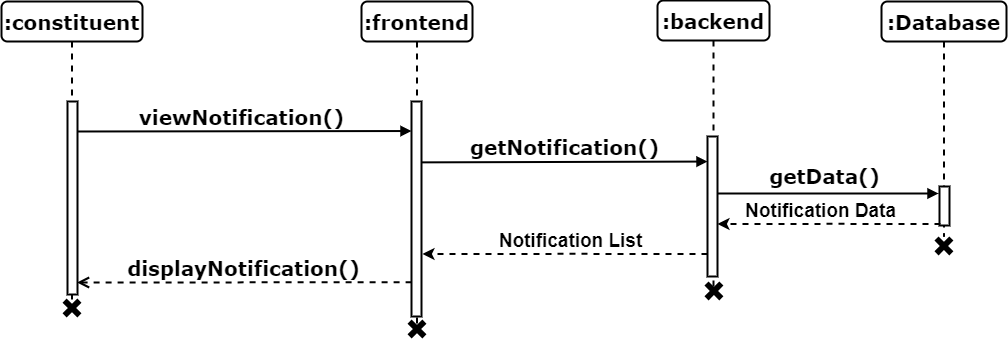
The draw.io diagram 21 - Sequence Diagram/9 - View Notification Sequence Diagram.drawio.png in muhammadahsanmirza/fyp-constituency-connect, before a commit. Source tidied: cells renumbered, new cells last; positions are measured from the earlier drawing's top-left corner, leaving out a move shared by most shapes.
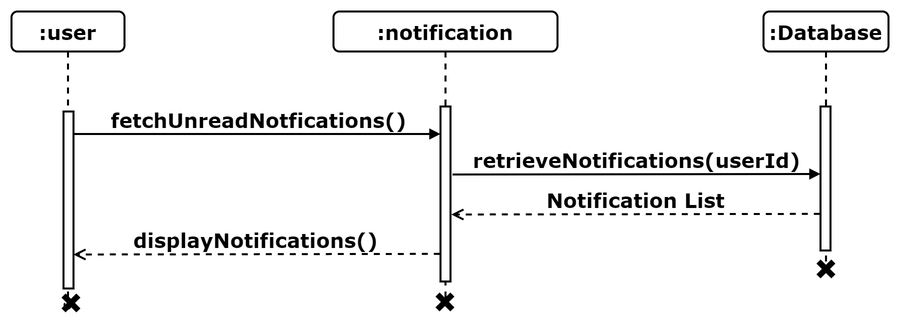
Above is the later version.

The edit, as a diff of the source:
```diff
@@ -2,101 +2,61 @@
   <root>
     <mxCell id="0" />
     <mxCell id="1" parent="0" />
-    <mxCell id="2" value="viewNotification()" style="html=1;verticalAlign=bottom;endArrow=block;entryX=0;entryY=0;labelBackgroundColor=none;fontFamily=Verdana;fontSize=20;edgeStyle=elbowEdgeStyle;elbow=vertical;strokeWidth=2;fontStyle=1;" parent="1" edge="1">
-      <mxGeometry relative="1" as="geometry">
-        <mxPoint x="71" y="131" as="sourcePoint" />
-        <mxPoint x="410" y="131" as="targetPoint" />
-      </mxGeometry>
+    <mxCell id="2" value=":Database" style="shape=umlLifeline;perimeter=lifelinePerimeter;whiteSpace=wrap;html=1;rounded=1;shadow=0;comic=0;labelBackgroundColor=none;strokeWidth=2;fontFamily=Verdana;fontSize=20;align=center;fontStyle=1;" parent="1" vertex="1">
+      <mxGeometry x="2633" y="1106" width="125" height="257" as="geometry" />
     </mxCell>
-    <mxCell id="3" value=":frontend" style="shape=umlLifeline;perimeter=lifelinePerimeter;whiteSpace=wrap;html=1;rounded=1;shadow=0;comic=0;labelBackgroundColor=none;strokeWidth=2;fontFamily=Verdana;fontSize=20;align=center;fontStyle=1;" parent="1" vertex="1">
-      <mxGeometry x="360" y="1" width="111" height="326" as="geometry" />
+    <mxCell id="3" value=":user" style="shape=umlLifeline;perimeter=lifelinePerimeter;whiteSpace=wrap;html=1;rounded=1;shadow=0;comic=0;labelBackgroundColor=none;strokeWidth=2;fontFamily=Verdana;fontSize=20;align=center;fontStyle=1;" parent="1" vertex="1">
+      <mxGeometry x="1881" y="1106" width="113" height="291" as="geometry" />
     </mxCell>
     <mxCell id="4" style="html=1;points=[];perimeter=orthogonalPerimeter;rounded=0;shadow=0;comic=0;labelBackgroundColor=none;strokeWidth=2;fontFamily=Verdana;fontSize=20;align=center;fontStyle=1;whiteSpace=wrap;" parent="3" vertex="1">
-      <mxGeometry x="50" y="100" width="10" height="215" as="geometry" />
+      <mxGeometry x="52" y="100" width="10" height="177" as="geometry" />
     </mxCell>
-    <mxCell id="5" value=":backend" style="shape=umlLifeline;perimeter=lifelinePerimeter;whiteSpace=wrap;html=1;rounded=1;shadow=0;comic=0;labelBackgroundColor=none;strokeWidth=2;fontFamily=Verdana;fontSize=20;align=center;fontStyle=1;" parent="1" vertex="1">
-      <mxGeometry x="656" width="112" height="287" as="geometry" />
+    <mxCell id="5" value=":notification" style="shape=umlLifeline;perimeter=lifelinePerimeter;whiteSpace=wrap;html=1;rounded=1;shadow=0;comic=0;labelBackgroundColor=none;strokeWidth=2;fontFamily=Verdana;fontSize=20;align=center;fontStyle=1;" parent="1" vertex="1">
+      <mxGeometry x="2203" y="1106" width="224" height="291" as="geometry" />
     </mxCell>
     <mxCell id="6" style="html=1;perimeter=orthogonalPerimeter;rounded=0;shadow=0;comic=0;labelBackgroundColor=none;strokeWidth=2;fontFamily=Verdana;fontSize=20;align=center;fontStyle=1;whiteSpace=wrap;" parent="5" vertex="1">
-      <mxGeometry x="50" y="136" width="10" height="140" as="geometry" />
+      <mxGeometry x="107" y="95" width="10" height="175" as="geometry" />
     </mxCell>
-    <mxCell id="7" value="getNotification()" style="html=1;verticalAlign=bottom;endArrow=block;labelBackgroundColor=none;fontFamily=Verdana;fontSize=20;edgeStyle=elbowEdgeStyle;elbow=vertical;strokeWidth=2;fontStyle=1;exitX=0.961;exitY=0.818;exitDx=0;exitDy=0;exitPerimeter=0;" parent="5" edge="1">
+    <mxCell id="7" value="fetchUnreadNotfications()" style="html=1;verticalAlign=bottom;endArrow=block;labelBackgroundColor=none;fontFamily=Verdana;fontSize=20;edgeStyle=elbowEdgeStyle;elbow=vertical;strokeWidth=2;fontStyle=1;" parent="1" edge="1" source="4">
       <mxGeometry relative="1" as="geometry">
-        <mxPoint x="-236.4" y="161.9" as="sourcePoint" />
-        <mxPoint x="50" y="161" as="targetPoint" />
+        <mxPoint x="2310" y="1229" as="targetPoint" />
       </mxGeometry>
     </mxCell>
-    <mxCell id="8" value=":Database" style="shape=umlLifeline;perimeter=lifelinePerimeter;whiteSpace=wrap;html=1;rounded=1;shadow=0;comic=0;labelBackgroundColor=none;strokeWidth=2;fontFamily=Verdana;fontSize=20;align=center;fontStyle=1;" parent="1" vertex="1">
-      <mxGeometry x="880" y="1" width="125" height="235" as="geometry" />
+    <mxCell id="8" value="retrieveNotifications(userId)" style="html=1;verticalAlign=bottom;endArrow=block;labelBackgroundColor=none;fontFamily=Verdana;fontSize=20;edgeStyle=elbowEdgeStyle;elbow=vertical;strokeWidth=2;fontStyle=1;exitX=0.852;exitY=0.103;exitDx=0;exitDy=0;exitPerimeter=0;" parent="1" edge="1">
+      <mxGeometry relative="1" as="geometry">
+        <mxPoint x="2322" y="1269" as="sourcePoint" />
+        <mxPoint x="2690" y="1269" as="targetPoint" />
+      </mxGeometry>
     </mxCell>
-    <mxCell id="9" value=":constituent" style="shape=umlLifeline;perimeter=lifelinePerimeter;whiteSpace=wrap;html=1;rounded=1;shadow=0;comic=0;labelBackgroundColor=none;strokeWidth=2;fontFamily=Verdana;fontSize=20;align=center;fontStyle=1;" parent="1" vertex="1">
-      <mxGeometry y="1" width="141" height="300" as="geometry" />
+    <mxCell id="9" style="html=1;perimeter=orthogonalPerimeter;rounded=0;shadow=0;comic=0;labelBackgroundColor=none;strokeWidth=2;fontFamily=Verdana;fontSize=20;align=center;fontStyle=1;whiteSpace=wrap;" parent="1" vertex="1">
+      <mxGeometry x="2690" y="1201" width="10" height="144" as="geometry" />
     </mxCell>
-    <mxCell id="10" style="html=1;perimeter=orthogonalPerimeter;rounded=0;shadow=0;comic=0;labelBackgroundColor=none;strokeWidth=2;fontFamily=Verdana;fontSize=20;align=center;fontStyle=1;whiteSpace=wrap;" parent="9" vertex="1">
-      <mxGeometry x="66" y="100" width="10" height="193" as="geometry" />
+    <mxCell id="10" value="Notification List" style="html=1;verticalAlign=bottom;endArrow=open;dashed=1;endSize=8;labelBackgroundColor=none;fontFamily=Verdana;fontSize=20;edgeStyle=elbowEdgeStyle;elbow=vertical;strokeWidth=2;fontStyle=1;entryX=1.08;entryY=0.695;entryDx=0;entryDy=0;entryPerimeter=0;exitX=-0.069;exitY=0.951;exitDx=0;exitDy=0;exitPerimeter=0;" parent="1" edge="1">
+      <mxGeometry relative="1" as="geometry">
+        <mxPoint x="2689.3" y="1308.4" as="sourcePoint" />
+        <mxPoint x="2320.8" y="1309.2" as="targetPoint" />
+        <Array as="points">
+          <mxPoint x="2401" y="1309" />
+        </Array>
+      </mxGeometry>
     </mxCell>
-    <mxCell id="11" style="html=1;perimeter=orthogonalPerimeter;rounded=0;shadow=0;comic=0;labelBackgroundColor=none;strokeWidth=2;fontFamily=Verdana;fontSize=20;align=center;fontStyle=1;whiteSpace=wrap;" parent="1" vertex="1">
-      <mxGeometry x="938" y="186" width="10" height="39" as="geometry" />
+    <mxCell id="11" value="displayNotifications()" style="html=1;verticalAlign=bottom;endArrow=open;dashed=1;endSize=8;labelBackgroundColor=none;fontFamily=Verdana;fontSize=20;edgeStyle=elbowEdgeStyle;elbow=vertical;strokeWidth=2;fontStyle=1;entryX=0.988;entryY=0.952;entryDx=0;entryDy=0;entryPerimeter=0;exitX=-0.069;exitY=0.951;exitDx=0;exitDy=0;exitPerimeter=0;" parent="1" edge="1">
+      <mxGeometry relative="1" as="geometry">
+        <mxPoint x="2309.3" y="1348.4" as="sourcePoint" />
+        <mxPoint x="1942.9" y="1349.7" as="targetPoint" />
+        <Array as="points">
+          <mxPoint x="2021" y="1349" />
+        </Array>
+      </mxGeometry>
     </mxCell>
-    <mxCell id="12" value="getData()" style="html=1;verticalAlign=bottom;endArrow=block;labelBackgroundColor=none;fontFamily=Verdana;fontSize=20;edgeStyle=elbowEdgeStyle;elbow=vertical;strokeWidth=2;fontStyle=1;" parent="1" edge="1">
-      <mxGeometry x="-0.03" y="3" relative="1" as="geometry">
-        <mxPoint x="716" y="193" as="sourcePoint" />
-        <mxPoint x="937" y="193" as="targetPoint" />
-        <Array as="points">
-          <mxPoint x="878" y="193" />
-        </Array>
-      </mxGeometry>
+    <mxCell id="12" style="shape=cross;whiteSpace=wrap;html=1;fillColor=#000000;rotation=45;strokeWidth=2;fontSize=20;" parent="1" vertex="1">
+      <mxGeometry x="2685.9" y="1353.9" width="19" height="19" as="geometry" />
     </mxCell>
     <mxCell id="13" style="shape=cross;whiteSpace=wrap;html=1;fillColor=#000000;rotation=45;strokeWidth=2;fontSize=20;" parent="1" vertex="1">
-      <mxGeometry x="406" y="319" width="19" height="19" as="geometry" />
+      <mxGeometry x="2304.9" y="1386.9" width="19" height="19" as="geometry" />
     </mxCell>
-    <mxCell id="14" style="shape=cross;whiteSpace=wrap;html=1;fillColor=#000000;rotation=45;strokeWidth=2;fontSize=20;" parent="1" vertex="1">
-      <mxGeometry x="61" y="298" width="19" height="19" as="geometry" />
+    <mxCell id="14" value="s" style="shape=cross;whiteSpace=wrap;html=1;fillColor=#000000;rotation=45;strokeWidth=2;fontSize=20;" parent="1" vertex="1">
+      <mxGeometry x="1930.9" y="1387.9" width="19" height="19" as="geometry" />
     </mxCell>
-    <mxCell id="15" style="shape=cross;whiteSpace=wrap;html=1;fillColor=#000000;rotation=45;strokeWidth=2;fontSize=20;" parent="1" vertex="1">
-      <mxGeometry x="932.9" y="235.9" width="19" height="19" as="geometry" />
-    </mxCell>
-    <mxCell id="16" value="displayNotification()" style="html=1;verticalAlign=bottom;endArrow=open;dashed=1;endSize=8;labelBackgroundColor=none;fontFamily=Verdana;fontSize=20;edgeStyle=elbowEdgeStyle;elbow=vertical;strokeWidth=2;fontStyle=1;entryX=0.953;entryY=0.127;entryDx=0;entryDy=0;entryPerimeter=0;exitX=0.01;exitY=0.129;exitDx=0;exitDy=0;exitPerimeter=0;" parent="1" edge="1">
-      <mxGeometry relative="1" as="geometry">
-        <mxPoint x="410.1" y="281.7" as="sourcePoint" />
-        <mxPoint x="75.5" y="283" as="targetPoint" />
-        <Array as="points">
-          <mxPoint x="247" y="282" />
-        </Array>
-      </mxGeometry>
-    </mxCell>
-    <mxCell id="17" style="shape=cross;whiteSpace=wrap;html=1;fillColor=#000000;rotation=45;strokeWidth=2;fontSize=20;" parent="1" vertex="1">
-      <mxGeometry x="702.9" y="280.9" width="19" height="19" as="geometry" />
-    </mxCell>
-    <mxCell id="18" style="group;" parent="1" vertex="1">
-      <mxGeometry x="716" y="194" width="223" height="35" as="geometry" />
-    </mxCell>
-    <mxCell id="19" style="edgeStyle=orthogonalEdgeStyle;rounded=0;orthogonalLoop=1;jettySize=auto;html=1;entryX=1;entryY=0.259;entryDx=0;entryDy=0;entryPerimeter=0;strokeWidth=2;dashed=1;" parent="18" edge="1">
-      <mxGeometry relative="1" as="geometry">
-        <mxPoint x="223" y="29.4" as="sourcePoint" />
-        <mxPoint y="29.4" as="targetPoint" />
-        <Array as="points">
-          <mxPoint x="112" y="29" />
-        </Array>
-      </mxGeometry>
-    </mxCell>
-    <mxCell id="20" value="&lt;b&gt;&lt;font style=&quot;font-size: 19px;&quot;&gt;Notification Data&lt;/font&gt;&lt;/b&gt;" style="text;html=1;align=center;verticalAlign=middle;strokeColor=none;fillColor=none;" parent="18" vertex="1">
-      <mxGeometry x="18" width="169" height="35" as="geometry" />
-    </mxCell>
-    <mxCell id="21" style="group;" parent="1" vertex="1">
-      <mxGeometry x="421" y="224" width="285" height="35" as="geometry" />
-    </mxCell>
-    <mxCell id="22" style="edgeStyle=orthogonalEdgeStyle;rounded=0;orthogonalLoop=1;jettySize=auto;html=1;entryX=1;entryY=0.259;entryDx=0;entryDy=0;entryPerimeter=0;strokeWidth=2;dashed=1;" parent="21" edge="1">
-      <mxGeometry relative="1" as="geometry">
-        <mxPoint x="285" y="29.4" as="sourcePoint" />
-        <mxPoint y="29.4" as="targetPoint" />
-        <Array as="points">
-          <mxPoint x="143.1" y="29" />
-        </Array>
-      </mxGeometry>
-    </mxCell>
-    <mxCell id="23" value="&lt;b&gt;&lt;font style=&quot;font-size: 19px;&quot;&gt;Notification List&lt;/font&gt;&lt;/b&gt;" style="text;html=1;align=center;verticalAlign=middle;strokeColor=none;fillColor=none;" parent="21" vertex="1">
-      <mxGeometry x="67" width="162" height="35" as="geometry" />
-    </mxCell>
   </root>
 </mxGraphModel>
```
